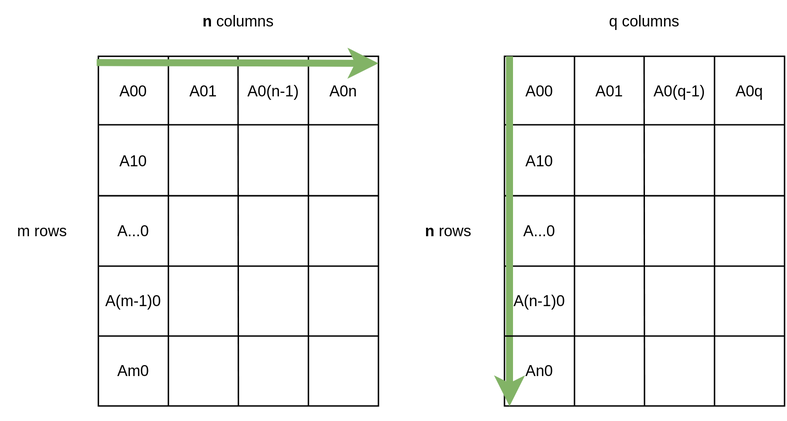
Earlier version of the draw.io export 10-doc/figures/mm.svg (jolyons123/kp-matmul-bench). Source tidied: cells renumbered, new cells last; positions are measured from the earlier drawing's top-left corner, leaving out a move shared by most shapes.
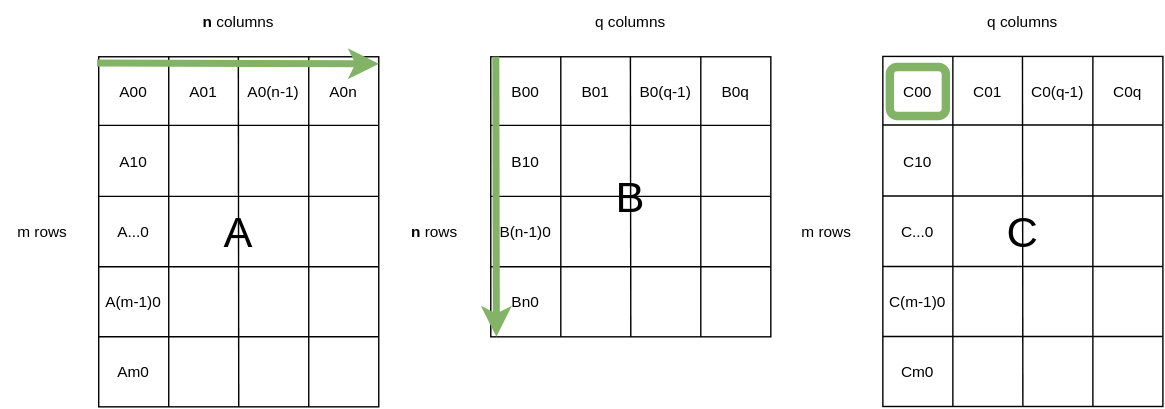
The same diagram one commit later.

The edit, as a diff of the source:
```diff
@@ -81,80 +81,158 @@
       <mxGeometry x="70" y="150" width="50" height="30" as="geometry" />
     </mxCell>
     <mxCell id="22" style="rounded=0;whiteSpace=wrap;html=1;" parent="1" vertex="1">
-      <mxGeometry x="360" y="40" width="200" height="250" as="geometry" />
+      <mxGeometry x="350" y="40" width="200" height="200" as="geometry" />
     </mxCell>
     <mxCell id="23" style="endArrow=none;html=1;rounded=0;entryX=0.25;entryY=0;entryDx=0;entryDy=0;exitX=0.25;exitY=1;exitDx=0;exitDy=0;" parent="1" edge="1" source="22" target="22">
       <mxGeometry relative="1" as="geometry" />
     </mxCell>
     <mxCell id="24" style="endArrow=none;html=1;rounded=0;entryX=0.25;entryY=0;entryDx=0;entryDy=0;exitX=0.5;exitY=1;exitDx=0;exitDy=0;" parent="1" edge="1" source="22">
       <mxGeometry relative="1" as="geometry">
-        <mxPoint x="459.7" y="40" as="targetPoint" />
+        <mxPoint x="449.7" y="40" as="targetPoint" />
       </mxGeometry>
     </mxCell>
     <mxCell id="25" style="endArrow=none;html=1;rounded=0;entryX=0.25;entryY=0;entryDx=0;entryDy=0;exitX=0.75;exitY=1;exitDx=0;exitDy=0;" parent="1" edge="1" source="22">
       <mxGeometry relative="1" as="geometry">
-        <mxPoint x="510" y="40" as="targetPoint" />
+        <mxPoint x="500" y="40" as="targetPoint" />
       </mxGeometry>
     </mxCell>
     <mxCell id="26" style="endArrow=none;html=1;rounded=0;" parent="1" edge="1">
       <mxGeometry relative="1" as="geometry">
-        <mxPoint x="360" y="89" as="sourcePoint" />
-        <mxPoint x="560" y="89" as="targetPoint" />
+        <mxPoint x="350" y="89" as="sourcePoint" />
+        <mxPoint x="550" y="89" as="targetPoint" />
       </mxGeometry>
     </mxCell>
     <mxCell id="27" style="endArrow=none;html=1;rounded=0;entryX=1;entryY=0.25;entryDx=0;entryDy=0;exitX=0;exitY=0.25;exitDx=0;exitDy=0;" parent="1" edge="1">
       <mxGeometry relative="1" as="geometry">
-        <mxPoint x="360" y="139.7" as="sourcePoint" />
-        <mxPoint x="560" y="139.7" as="targetPoint" />
+        <mxPoint x="350" y="139.7" as="sourcePoint" />
+        <mxPoint x="550" y="139.7" as="targetPoint" />
       </mxGeometry>
     </mxCell>
     <mxCell id="28" style="endArrow=none;html=1;rounded=0;entryX=1;entryY=0.25;entryDx=0;entryDy=0;exitX=0;exitY=0.25;exitDx=0;exitDy=0;" parent="1" edge="1">
       <mxGeometry relative="1" as="geometry">
-        <mxPoint x="360" y="190" as="sourcePoint" />
-        <mxPoint x="560" y="190" as="targetPoint" />
+        <mxPoint x="350" y="190" as="sourcePoint" />
+        <mxPoint x="550" y="190" as="targetPoint" />
       </mxGeometry>
     </mxCell>
-    <mxCell id="29" style="endArrow=classic;html=1;rounded=0;exitX=0.018;exitY=0;exitDx=0;exitDy=0;exitPerimeter=0;fontSize=11;strokeWidth=5;fillColor=#d5e8d4;strokeColor=#82b366;startArrow=none;entryX=0.018;entryY=1.001;entryDx=0;entryDy=0;entryPerimeter=0;" parent="1" edge="1" source="22" target="22">
-      <mxGeometry relative="1" as="geometry" />
+    <mxCell id="29" style="endArrow=classic;html=1;rounded=0;exitX=0.018;exitY=0;exitDx=0;exitDy=0;exitPerimeter=0;fontSize=11;strokeWidth=5;fillColor=#d5e8d4;strokeColor=#82b366;startArrow=none;" parent="1" edge="1" source="22">
+      <mxGeometry relative="1" as="geometry">
+        <mxPoint x="354" y="240" as="targetPoint" />
+      </mxGeometry>
     </mxCell>
-    <mxCell id="30" value="An0" style="text;html=1;strokeColor=none;fillColor=none;align=center;verticalAlign=middle;whiteSpace=wrap;rounded=0;fontSize=11;" parent="1" vertex="1">
-      <mxGeometry x="360" y="250" width="50" height="30" as="geometry" />
-    </mxCell>
-    <mxCell id="31" value="A00" style="text;html=1;strokeColor=none;fillColor=none;align=center;verticalAlign=middle;whiteSpace=wrap;rounded=0;fontSize=11;" parent="1" vertex="1">
-      <mxGeometry x="360" y="50" width="50" height="30" as="geometry" />
+    <mxCell id="31" value="B00" style="text;html=1;strokeColor=none;fillColor=none;align=center;verticalAlign=middle;whiteSpace=wrap;rounded=0;fontSize=11;" parent="1" vertex="1">
+      <mxGeometry x="350" y="50" width="50" height="30" as="geometry" />
     </mxCell>
     <mxCell id="32" style="endArrow=none;html=1;rounded=0;exitX=-0.001;exitY=0.136;exitDx=0;exitDy=0;exitPerimeter=0;fontSize=11;strokeWidth=5;fillColor=#d5e8d4;strokeColor=#82b366;" parent="1" edge="1" source="22" target="31">
       <mxGeometry relative="1" as="geometry" />
     </mxCell>
-    <mxCell id="33" value="A01" style="text;html=1;strokeColor=none;fillColor=none;align=center;verticalAlign=middle;whiteSpace=wrap;rounded=0;fontSize=11;" parent="1" vertex="1">
-      <mxGeometry x="410" y="50" width="50" height="30" as="geometry" />
+    <mxCell id="33" value="B01" style="text;html=1;strokeColor=none;fillColor=none;align=center;verticalAlign=middle;whiteSpace=wrap;rounded=0;fontSize=11;" parent="1" vertex="1">
+      <mxGeometry x="400" y="50" width="50" height="30" as="geometry" />
     </mxCell>
-    <mxCell id="34" value="A0(q-1)" style="text;html=1;strokeColor=none;fillColor=none;align=center;verticalAlign=middle;whiteSpace=wrap;rounded=0;fontSize=11;" parent="1" vertex="1">
-      <mxGeometry x="460" y="50" width="50" height="30" as="geometry" />
+    <mxCell id="34" value="B0(q-1)" style="text;html=1;strokeColor=none;fillColor=none;align=center;verticalAlign=middle;whiteSpace=wrap;rounded=0;fontSize=11;" parent="1" vertex="1">
+      <mxGeometry x="450" y="50" width="50" height="30" as="geometry" />
     </mxCell>
-    <mxCell id="35" value="A0q" style="text;html=1;strokeColor=none;fillColor=none;align=center;verticalAlign=middle;whiteSpace=wrap;rounded=0;fontSize=11;" parent="1" vertex="1">
-      <mxGeometry x="510" y="50" width="50" height="30" as="geometry" />
+    <mxCell id="35" value="B0q" style="text;html=1;strokeColor=none;fillColor=none;align=center;verticalAlign=middle;whiteSpace=wrap;rounded=0;fontSize=11;" parent="1" vertex="1">
+      <mxGeometry x="500" y="50" width="50" height="30" as="geometry" />
     </mxCell>
     <mxCell id="36" value="q columns" style="text;html=1;strokeColor=none;fillColor=none;align=center;verticalAlign=middle;whiteSpace=wrap;rounded=0;fontSize=11;" parent="1" vertex="1">
-      <mxGeometry x="430" width="60" height="30" as="geometry" />
+      <mxGeometry x="420" width="60" height="30" as="geometry" />
     </mxCell>
     <mxCell id="37" value="&lt;b&gt;n&lt;/b&gt; rows" style="text;html=1;strokeColor=none;fillColor=none;align=center;verticalAlign=middle;whiteSpace=wrap;rounded=0;fontSize=11;" parent="1" vertex="1">
-      <mxGeometry x="290" y="150" width="60" height="30" as="geometry" />
+      <mxGeometry x="280" y="150" width="60" height="30" as="geometry" />
     </mxCell>
-    <mxCell id="38" value="A(n-1)0" style="text;html=1;strokeColor=none;fillColor=none;align=center;verticalAlign=middle;whiteSpace=wrap;rounded=0;fontSize=11;" parent="1" vertex="1">
-      <mxGeometry x="360" y="200" width="50" height="30" as="geometry" />
+    <mxCell id="38" value="Bn0" style="text;html=1;strokeColor=none;fillColor=none;align=center;verticalAlign=middle;whiteSpace=wrap;rounded=0;fontSize=11;" parent="1" vertex="1">
+      <mxGeometry x="350" y="200" width="50" height="30" as="geometry" />
     </mxCell>
-    <mxCell id="39" value="A10" style="text;html=1;strokeColor=none;fillColor=none;align=center;verticalAlign=middle;whiteSpace=wrap;rounded=0;fontSize=11;" parent="1" vertex="1">
-      <mxGeometry x="360" y="100" width="50" height="30" as="geometry" />
+    <mxCell id="39" value="B10" style="text;html=1;strokeColor=none;fillColor=none;align=center;verticalAlign=middle;whiteSpace=wrap;rounded=0;fontSize=11;" parent="1" vertex="1">
+      <mxGeometry x="350" y="100" width="50" height="30" as="geometry" />
     </mxCell>
-    <mxCell id="40" style="endArrow=none;html=1;rounded=0;entryX=1;entryY=0.25;entryDx=0;entryDy=0;exitX=0;exitY=0.25;exitDx=0;exitDy=0;" parent="1" edge="1">
-      <mxGeometry relative="1" as="geometry">
-        <mxPoint x="360" y="240" as="sourcePoint" />
-        <mxPoint x="560" y="240" as="targetPoint" />
-      </mxGeometry>
-    </mxCell>
-    <mxCell id="41" value="A...0" style="text;html=1;strokeColor=none;fillColor=none;align=center;verticalAlign=middle;whiteSpace=wrap;rounded=0;fontSize=11;" parent="1" vertex="1">
-      <mxGeometry x="360" y="150" width="50" height="30" as="geometry" />
+    <mxCell id="41" value="B(n-1)0" style="text;html=1;strokeColor=none;fillColor=none;align=center;verticalAlign=middle;whiteSpace=wrap;rounded=0;fontSize=11;" parent="1" vertex="1">
+      <mxGeometry x="350" y="150" width="50" height="30" as="geometry" />
     </mxCell>
+    <mxCell id="42" value="B" style="text;html=1;strokeColor=none;fillColor=none;align=center;verticalAlign=middle;whiteSpace=wrap;rounded=0;fontSize=31;" parent="1" vertex="1">
+      <mxGeometry x="420" y="125" width="60" height="30" as="geometry" />
+    </mxCell>
+    <mxCell id="43" value="A" style="text;html=1;strokeColor=none;fillColor=none;align=center;verticalAlign=middle;whiteSpace=wrap;rounded=0;fontSize=31;" parent="1" vertex="1">
+      <mxGeometry x="140" y="150" width="60" height="30" as="geometry" />
+    </mxCell>
+    <mxCell id="44" style="rounded=0;whiteSpace=wrap;html=1;" parent="1" vertex="1">
+      <mxGeometry x="630" y="39.8" width="200" height="250" as="geometry" />
+    </mxCell>
+    <mxCell id="45" style="endArrow=none;html=1;rounded=0;entryX=0.25;entryY=0;entryDx=0;entryDy=0;exitX=0.25;exitY=1;exitDx=0;exitDy=0;" parent="1" edge="1" source="44" target="44">
+      <mxGeometry relative="1" as="geometry" />
+    </mxCell>
+    <mxCell id="46" style="endArrow=none;html=1;rounded=0;entryX=0.25;entryY=0;entryDx=0;entryDy=0;exitX=0.5;exitY=1;exitDx=0;exitDy=0;" parent="1" edge="1" source="44">
+      <mxGeometry relative="1" as="geometry">
+        <mxPoint x="729.7" y="39.8" as="targetPoint" />
+      </mxGeometry>
+    </mxCell>
+    <mxCell id="47" style="endArrow=none;html=1;rounded=0;entryX=0.25;entryY=0;entryDx=0;entryDy=0;exitX=0.75;exitY=1;exitDx=0;exitDy=0;" parent="1" edge="1" source="44">
+      <mxGeometry relative="1" as="geometry">
+        <mxPoint x="780" y="39.8" as="targetPoint" />
+      </mxGeometry>
+    </mxCell>
+    <mxCell id="48" style="endArrow=none;html=1;rounded=0;" parent="1" edge="1">
+      <mxGeometry relative="1" as="geometry">
+        <mxPoint x="630" y="88.8" as="sourcePoint" />
+        <mxPoint x="830" y="88.8" as="targetPoint" />
+      </mxGeometry>
+    </mxCell>
+    <mxCell id="49" style="endArrow=none;html=1;rounded=0;entryX=1;entryY=0.25;entryDx=0;entryDy=0;exitX=0;exitY=0.25;exitDx=0;exitDy=0;" parent="1" edge="1">
+      <mxGeometry relative="1" as="geometry">
+        <mxPoint x="630" y="139.5" as="sourcePoint" />
+        <mxPoint x="830" y="139.5" as="targetPoint" />
+      </mxGeometry>
+    </mxCell>
+    <mxCell id="50" style="endArrow=none;html=1;rounded=0;entryX=1;entryY=0.25;entryDx=0;entryDy=0;exitX=0;exitY=0.25;exitDx=0;exitDy=0;" parent="1" edge="1">
+      <mxGeometry relative="1" as="geometry">
+        <mxPoint x="630" y="189.8" as="sourcePoint" />
+        <mxPoint x="830" y="189.8" as="targetPoint" />
+      </mxGeometry>
+    </mxCell>
+    <mxCell id="51" value="Cm0" style="text;html=1;strokeColor=none;fillColor=none;align=center;verticalAlign=middle;whiteSpace=wrap;rounded=0;fontSize=11;" parent="1" vertex="1">
+      <mxGeometry x="630" y="249.8" width="50" height="30" as="geometry" />
+    </mxCell>
+    <mxCell id="52" value="C00" style="text;html=1;strokeColor=none;fillColor=none;align=center;verticalAlign=middle;whiteSpace=wrap;rounded=0;fontSize=11;" parent="1" vertex="1">
+      <mxGeometry x="630" y="49.8" width="50" height="30" as="geometry" />
+    </mxCell>
+    <mxCell id="53" style="endArrow=none;html=1;rounded=0;exitX=-0.001;exitY=0.136;exitDx=0;exitDy=0;exitPerimeter=0;fontSize=11;strokeWidth=5;fillColor=#d5e8d4;strokeColor=#82b366;" parent="1" edge="1" source="44" target="52">
+      <mxGeometry relative="1" as="geometry" />
+    </mxCell>
+    <mxCell id="54" value="C01" style="text;html=1;strokeColor=none;fillColor=none;align=center;verticalAlign=middle;whiteSpace=wrap;rounded=0;fontSize=11;" parent="1" vertex="1">
+      <mxGeometry x="680" y="49.8" width="50" height="30" as="geometry" />
+    </mxCell>
+    <mxCell id="55" value="C0(q-1)" style="text;html=1;strokeColor=none;fillColor=none;align=center;verticalAlign=middle;whiteSpace=wrap;rounded=0;fontSize=11;" parent="1" vertex="1">
+      <mxGeometry x="730" y="49.8" width="50" height="30" as="geometry" />
+    </mxCell>
+    <mxCell id="56" value="C0q" style="text;html=1;strokeColor=none;fillColor=none;align=center;verticalAlign=middle;whiteSpace=wrap;rounded=0;fontSize=11;" parent="1" vertex="1">
+      <mxGeometry x="780" y="49.8" width="50" height="30" as="geometry" />
+    </mxCell>
+    <mxCell id="57" value="q columns" style="text;html=1;strokeColor=none;fillColor=none;align=center;verticalAlign=middle;whiteSpace=wrap;rounded=0;fontSize=11;" parent="1" vertex="1">
+      <mxGeometry x="700" y="-0.2" width="60" height="30" as="geometry" />
+    </mxCell>
+    <mxCell id="58" value="m rows" style="text;html=1;strokeColor=none;fillColor=none;align=center;verticalAlign=middle;whiteSpace=wrap;rounded=0;fontSize=11;" parent="1" vertex="1">
+      <mxGeometry x="560" y="149.8" width="60" height="30" as="geometry" />
+    </mxCell>
+    <mxCell id="59" value="C(m-1)0" style="text;html=1;strokeColor=none;fillColor=none;align=center;verticalAlign=middle;whiteSpace=wrap;rounded=0;fontSize=11;" parent="1" vertex="1">
+      <mxGeometry x="630" y="199.8" width="50" height="30" as="geometry" />
+    </mxCell>
+    <mxCell id="60" value="C10" style="text;html=1;strokeColor=none;fillColor=none;align=center;verticalAlign=middle;whiteSpace=wrap;rounded=0;fontSize=11;" parent="1" vertex="1">
+      <mxGeometry x="630" y="99.8" width="50" height="30" as="geometry" />
+    </mxCell>
+    <mxCell id="61" style="endArrow=none;html=1;rounded=0;entryX=1;entryY=0.25;entryDx=0;entryDy=0;exitX=0;exitY=0.25;exitDx=0;exitDy=0;" parent="1" edge="1">
+      <mxGeometry relative="1" as="geometry">
+        <mxPoint x="630" y="239.8" as="sourcePoint" />
+        <mxPoint x="830" y="239.8" as="targetPoint" />
+      </mxGeometry>
+    </mxCell>
+    <mxCell id="62" value="C...0" style="text;html=1;strokeColor=none;fillColor=none;align=center;verticalAlign=middle;whiteSpace=wrap;rounded=0;fontSize=11;" parent="1" vertex="1">
+      <mxGeometry x="630" y="149.8" width="50" height="30" as="geometry" />
+    </mxCell>
+    <mxCell id="63" value="C" style="text;html=1;strokeColor=none;fillColor=none;align=center;verticalAlign=middle;whiteSpace=wrap;rounded=0;fontSize=31;" parent="1" vertex="1">
+      <mxGeometry x="700" y="149.8" width="60" height="30" as="geometry" />
+    </mxCell>
+    <mxCell id="64" style="rounded=1;whiteSpace=wrap;html=1;fontSize=31;fillColor=none;strokeColor=#82b366;strokeWidth=6;" parent="1" vertex="1">
+      <mxGeometry x="635" y="47.2" width="40" height="35" as="geometry" />
+    </mxCell>
   </root>
 </mxGraphModel>
```
